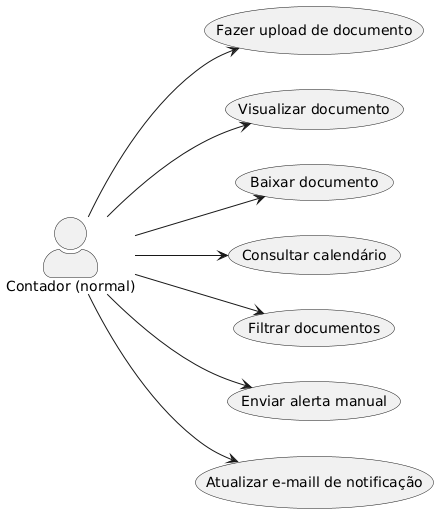
The PlantUML diagram diagrams/contadornormal.png in edsonpolucena/CatolicaSC-Porfolio, before a commit.
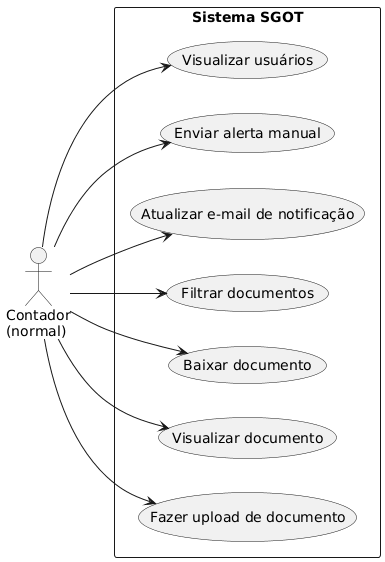
After the commit.

The edit, as a diff of the source:
```diff
@@ -1,22 +1,23 @@
 @startuml
 left to right direction
-skinparam actorStyle awesome
 
-actor "Contador (normal)" as ContadorNormal
+actor "Contador\n(normal)" as Contador
 
-usecase UC_Upload      as "Fazer upload de documento"
-usecase UC_Visualizar  as "Visualizar documento"
-usecase UC_Baixar      as "Baixar documento"
-usecase UC_Consultar   as "Consultar calendário"
-usecase UC_Filtrar     as "Filtrar documentos"
-usecase UC_Enviar     as "Enviar alerta manual"
-usecase UC_Atualizar     as "Atualizar e-maill de notificação"
+rectangle "Sistema SGOT" {
+  usecase "Fazer upload de documento" as UC1
+  usecase "Visualizar documento" as UC2
+  usecase "Baixar documento" as UC3
+  usecase "Filtrar documentos" as UC4
+  usecase "Atualizar e-mail de notificação" as UC6
+  usecase "Enviar alerta manual" as UC7
+  usecase "Visualizar usuários" as UC8
+}
 
-ContadorNormal --> UC_Upload
-ContadorNormal --> UC_Visualizar
-ContadorNormal --> UC_Baixar
-ContadorNormal --> UC_Consultar
-ContadorNormal --> UC_Filtrar
-ContadorNormal --> UC_Enviar
-ContadorNormal --> UC_Atualizar
+Contador --> UC1
+Contador --> UC2
+Contador --> UC3
+Contador --> UC4
+Contador --> UC6
+Contador --> UC7
+Contador --> UC8
 @enduml
```
